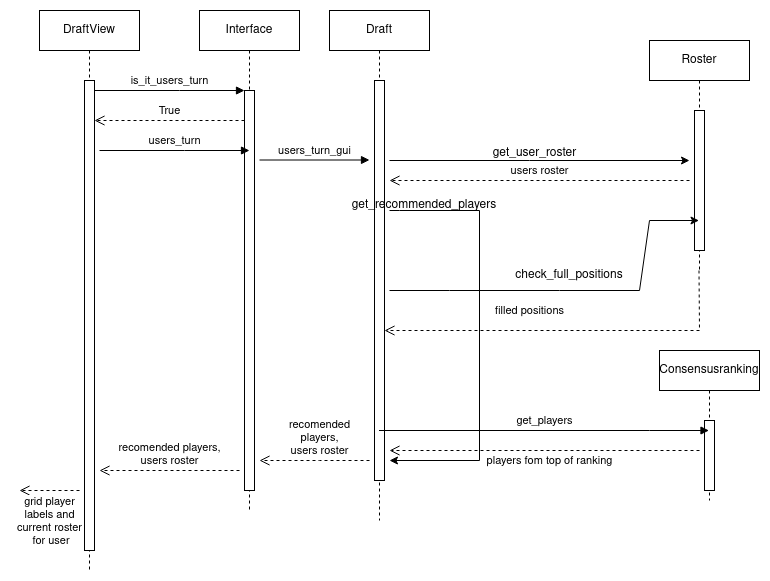
This is drafthelper-app/dokumentaatio/kuvat/get_recomended_players.png from eepek/drafthelper, a draw.io export, as it was before one commit. Source tidied: cells renumbered, new cells last; positions are measured from the earlier drawing's top-left corner, leaving out a move shared by most shapes.
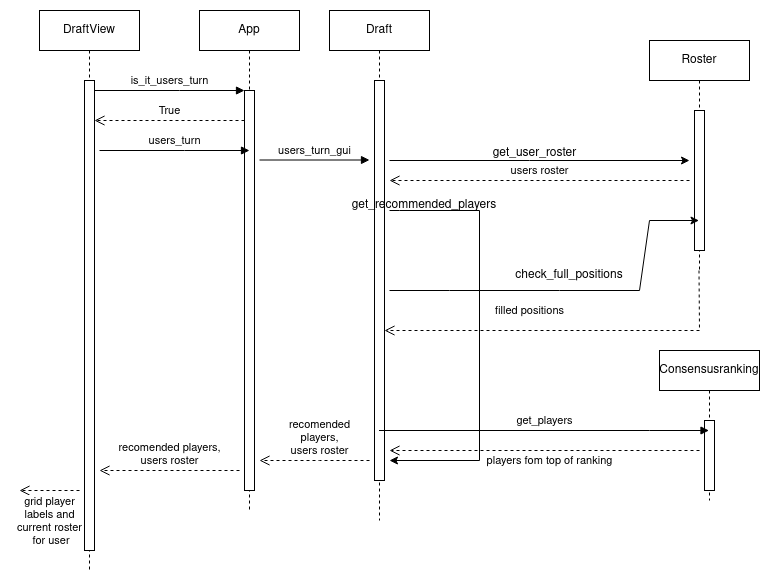
After the change.

Commit message:
Dokumentaatio päivitystä

Change to the diagram source:
```diff
@@ -8,7 +8,7 @@
     <mxCell id="3" style="html=1;points=[];perimeter=orthogonalPerimeter;outlineConnect=0;targetShapes=umlLifeline;portConstraint=eastwest;newEdgeStyle={&quot;edgeStyle&quot;:&quot;elbowEdgeStyle&quot;,&quot;elbow&quot;:&quot;vertical&quot;,&quot;curved&quot;:0,&quot;rounded&quot;:0};" parent="2" vertex="1">
       <mxGeometry x="45" y="70" width="10" height="470" as="geometry" />
     </mxCell>
-    <mxCell id="4" value="Interface" style="shape=umlLifeline;perimeter=lifelinePerimeter;whiteSpace=wrap;html=1;newEdgeStyle={&quot;edgeStyle&quot;:&quot;elbowEdgeStyle&quot;,&quot;elbow&quot;:&quot;vertical&quot;,&quot;curved&quot;:0,&quot;rounded&quot;:0};" parent="1" vertex="1">
+    <mxCell id="4" value="App" style="shape=umlLifeline;perimeter=lifelinePerimeter;whiteSpace=wrap;html=1;newEdgeStyle={&quot;edgeStyle&quot;:&quot;elbowEdgeStyle&quot;,&quot;elbow&quot;:&quot;vertical&quot;,&quot;curved&quot;:0,&quot;rounded&quot;:0};" parent="1" vertex="1">
       <mxGeometry x="180" width="100" height="500" as="geometry" />
     </mxCell>
     <mxCell id="5" style="html=1;points=[];perimeter=orthogonalPerimeter;outlineConnect=0;targetShapes=umlLifeline;portConstraint=eastwest;newEdgeStyle={&quot;edgeStyle&quot;:&quot;elbowEdgeStyle&quot;,&quot;elbow&quot;:&quot;vertical&quot;,&quot;curved&quot;:0,&quot;rounded&quot;:0};" parent="4" vertex="1">
```
